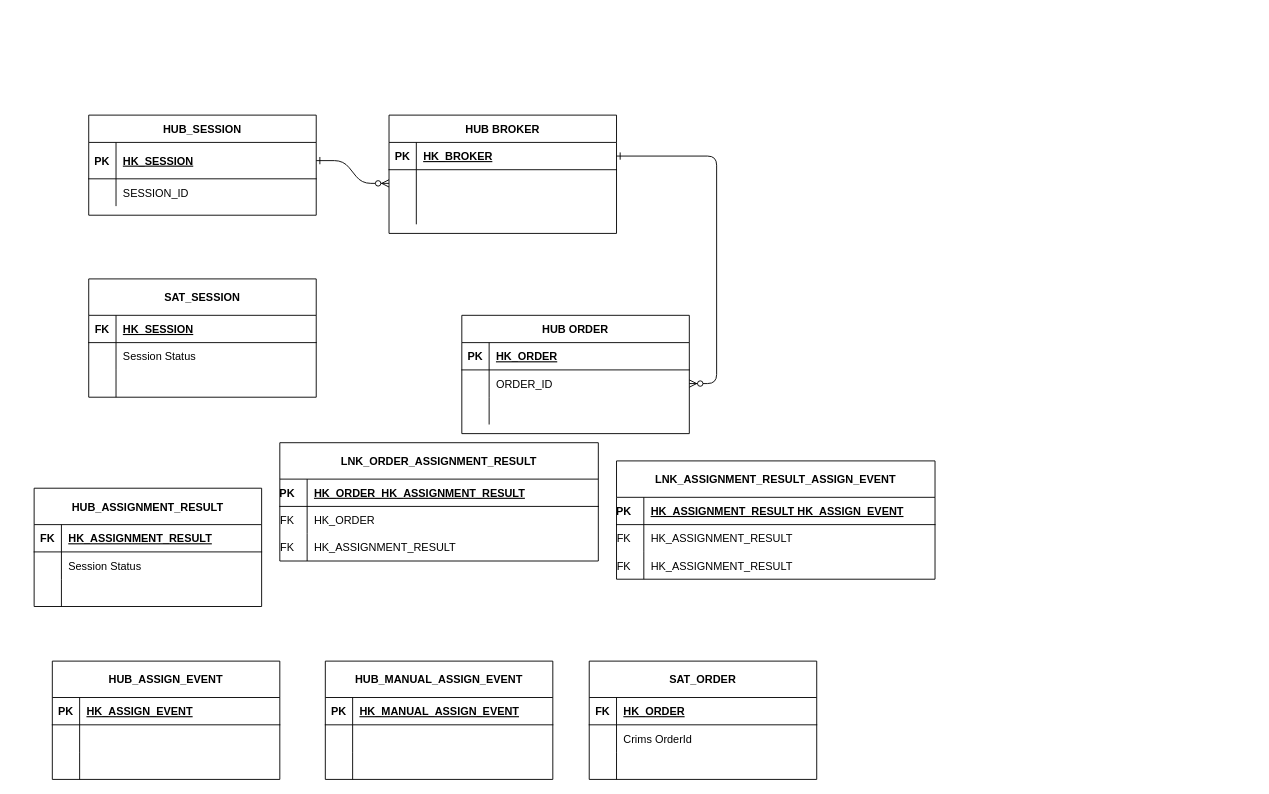
Before: docs/Untitled Diagram.drawio in cleancoder27/datavault, a draw.io diagram. Source tidied: cells renumbered, new cells numbered last; positions are measured from the earlier drawing's top-left corner, leaving out a move shared by most shapes. Both pictures are drawn from the tidied source at 91%, with x=0, y=0 at pixel (34, 115).
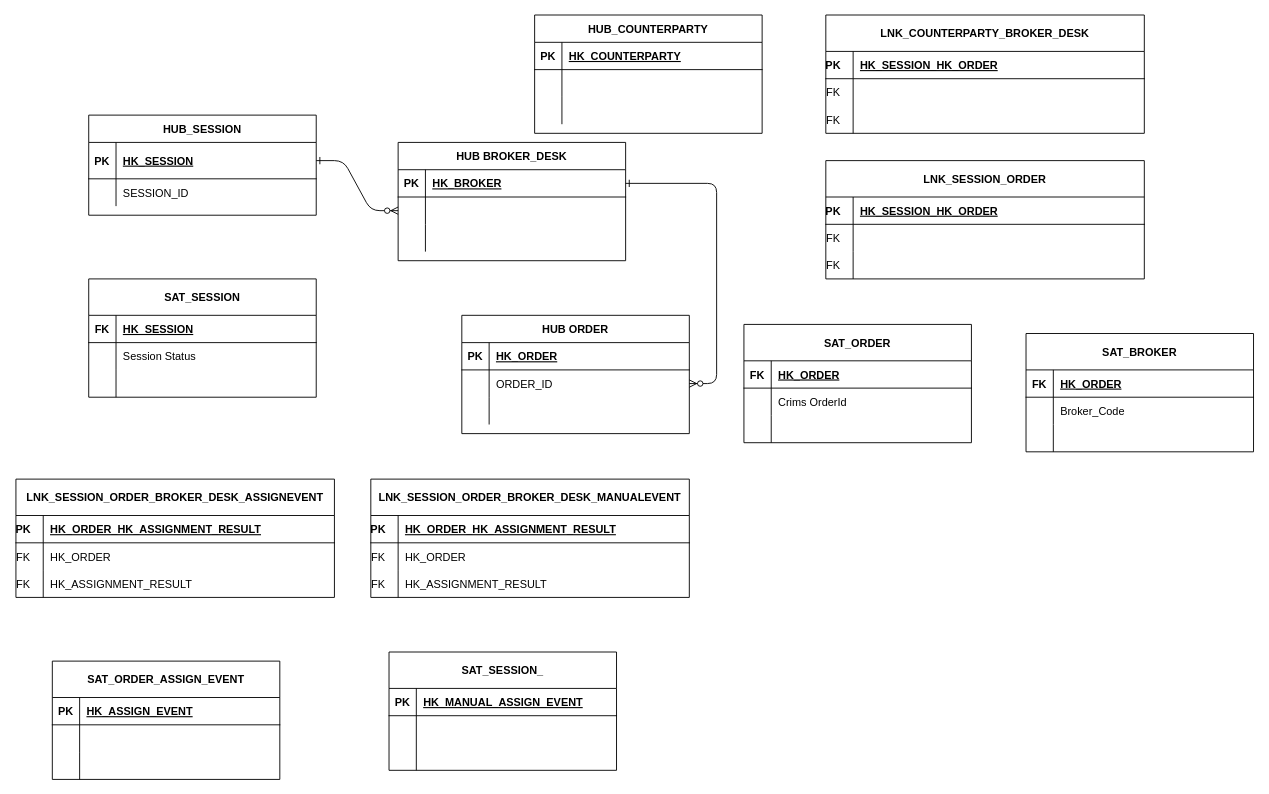
The same page after the edit.

Diff of the diagram source:
```diff
@@
-    <mxCell id="4" value="HUB BROKER" style="shape=table;startSize=30;childLayout=tableLayout;rowLines=0;fontStyle=1;align=center;" parent="1" vertex="1">
-      <mxGeometry x="390" width="250" height="130" as="geometry" />
+    <mxCell id="4" value="HUB BROKER_DESK" style="shape=table;startSize=30;childLayout=tableLayout;rowLines=0;fontStyle=1;align=center;" parent="1" vertex="1">
+      <mxGeometry x="400" y="30" width="250" height="130" as="geometry" />
     </mxCell>
@@
     <mxCell id="41" value="SAT_ORDER" style="shape=table;startSize=40;childLayout=tableLayout;rowLines=0;fontStyle=1;align=center;" parent="1" vertex="1">
-      <mxGeometry x="610" y="600" width="250" height="130" as="geometry" />
+      <mxGeometry x="780" y="230" width="250" height="130" as="geometry" />
     </mxCell>
@@
-    <mxCell id="51" value="HUB_ASSIGNMENT_RESULT" style="shape=table;startSize=40;childLayout=tableLayout;rowLines=0;fontStyle=1;align=center;" parent="1" vertex="1">
-      <mxGeometry y="410" width="250" height="130" as="geometry" />
-    </mxCell>
-    <mxCell id="52" style="shape=partialRectangle;fillColor=none;top=0;left=0;right=0;bottom=1;" parent="51" vertex="1">
-      <mxGeometry y="40" width="250" height="30" as="geometry" />
-    </mxCell>
-    <mxCell id="53" value="FK" style="shape=partialRectangle;overflow=hidden;fillColor=none;top=0;left=0;bottom=0;right=0;fontStyle=1;" parent="52" vertex="1">
-      <mxGeometry width="30" height="30" as="geometry" />
-    </mxCell>
-    <mxCell id="54" value="HK_ASSIGNMENT_RESULT" style="shape=partialRectangle;overflow=hidden;fillColor=none;top=0;left=0;bottom=0;right=0;align=left;spacingLeft=6;fontStyle=5;" parent="52" vertex="1">
-      <mxGeometry x="30" width="220" height="30" as="geometry" />
-    </mxCell>
-    <mxCell id="55" style="shape=partialRectangle;fillColor=none;top=0;left=0;right=0;bottom=0;" parent="51" vertex="1">
-      <mxGeometry y="70" width="250" height="30" as="geometry" />
-    </mxCell>
-    <mxCell id="56" style="shape=partialRectangle;overflow=hidden;fillColor=none;top=0;left=0;bottom=0;right=0;" parent="55" vertex="1">
-      <mxGeometry width="30" height="30" as="geometry" />
-    </mxCell>
-    <mxCell id="57" value="Session Status" style="shape=partialRectangle;overflow=hidden;fillColor=none;top=0;left=0;bottom=0;right=0;align=left;spacingLeft=6;" parent="55" vertex="1">
-      <mxGeometry x="30" width="220" height="30" as="geometry" />
-    </mxCell>
-    <mxCell id="58" style="shape=partialRectangle;fillColor=none;top=0;left=0;right=0;bottom=0;" parent="51" vertex="1">
-      <mxGeometry y="100" width="250" height="30" as="geometry" />
-    </mxCell>
-    <mxCell id="59" style="shape=partialRectangle;overflow=hidden;fillColor=none;top=0;left=0;bottom=0;right=0;" parent="58" vertex="1">
-      <mxGeometry width="30" height="30" as="geometry" />
-    </mxCell>
-    <mxCell id="60" style="shape=partialRectangle;overflow=hidden;fillColor=none;top=0;left=0;bottom=0;right=0;align=left;spacingLeft=6;" parent="58" vertex="1">
-      <mxGeometry x="30" width="220" height="30" as="geometry" />
-    </mxCell>
-    <mxCell id="61" value="HUB_ASSIGN_EVENT" style="shape=table;startSize=40;childLayout=tableLayout;rowLines=0;fontStyle=1;align=center;" parent="1" vertex="1">
+    <mxCell id="61" value="SAT_ORDER_ASSIGN_EVENT" style="shape=table;startSize=40;childLayout=tableLayout;rowLines=0;fontStyle=1;align=center;" parent="1" vertex="1">
       <mxGeometry x="20" y="600" width="250" height="130" as="geometry" />
     </mxCell>
@@
-    <mxCell id="71" value="HUB_MANUAL_ASSIGN_EVENT" style="shape=table;startSize=40;childLayout=tableLayout;rowLines=0;fontStyle=1;align=center;" parent="1" vertex="1">
-      <mxGeometry x="320" y="600" width="250" height="130" as="geometry" />
+    <mxCell id="71" value="SAT_SESSION_" style="shape=table;startSize=40;childLayout=tableLayout;rowLines=0;fontStyle=1;align=center;" parent="1" vertex="1">
+      <mxGeometry x="390" y="590" width="250" height="130" as="geometry" />
     </mxCell>
@@
-    <mxCell id="81" value="LNK_ORDER_ASSIGNMENT_RESULT" style="shape=table;startSize=40;childLayout=tableLayout;rowLines=0;fontStyle=1;align=center;" parent="1" vertex="1">
-      <mxGeometry x="270" y="360" width="350" height="130" as="geometry" />
+    <mxCell id="81" value="LNK_SESSION_ORDER_BROKER_DESK_ASSIGNEVENT" style="shape=table;startSize=40;childLayout=tableLayout;rowLines=0;fontStyle=1;align=center;" parent="1" vertex="1">
+      <mxGeometry x="-20" y="400" width="350" height="130" as="geometry" />
     </mxCell>
@@
-    <mxCell id="91" value="LNK_ASSIGNMENT_RESULT_ASSIGN_EVENT" style="shape=table;startSize=40;childLayout=tableLayout;rowLines=0;fontStyle=1;align=center;" parent="1" vertex="1">
-      <mxGeometry x="640" y="380" width="350" height="130" as="geometry" />
-    </mxCell>
-    <mxCell id="92" style="shape=partialRectangle;fillColor=none;top=0;left=0;right=0;bottom=1;" parent="91" vertex="1">
-      <mxGeometry y="40" width="350" height="30" as="geometry" />
-    </mxCell>
-    <mxCell id="93" value="PK    " style="shape=partialRectangle;overflow=hidden;fillColor=none;top=0;left=0;bottom=0;right=0;fontStyle=1;" parent="92" vertex="1">
-      <mxGeometry width="30" height="30" as="geometry" />
-    </mxCell>
-    <mxCell id="94" value="HK_ASSIGNMENT_RESULT HK_ASSIGN_EVENT" style="shape=partialRectangle;overflow=hidden;fillColor=none;top=0;left=0;bottom=0;right=0;align=left;spacingLeft=6;fontStyle=5;" parent="92" vertex="1">
-      <mxGeometry x="30" width="320" height="30" as="geometry" />
-    </mxCell>
-    <mxCell id="95" style="shape=partialRectangle;fillColor=none;top=0;left=0;right=0;bottom=0;" parent="91" vertex="1">
-      <mxGeometry y="70" width="350" height="30" as="geometry" />
-    </mxCell>
-    <mxCell id="96" value="FK    " style="shape=partialRectangle;overflow=hidden;fillColor=none;top=0;left=0;bottom=0;right=0;" parent="95" vertex="1">
-      <mxGeometry width="30" height="30" as="geometry" />
-    </mxCell>
-    <mxCell id="97" value="HK_ASSIGNMENT_RESULT" style="shape=partialRectangle;overflow=hidden;fillColor=none;top=0;left=0;bottom=0;right=0;align=left;spacingLeft=6;" parent="95" vertex="1">
-      <mxGeometry x="30" width="320" height="30" as="geometry" />
-    </mxCell>
-    <mxCell id="98" style="shape=partialRectangle;fillColor=none;top=0;left=0;right=0;bottom=0;" parent="91" vertex="1">
-      <mxGeometry y="100" width="350" height="30" as="geometry" />
-    </mxCell>
-    <mxCell id="99" value="FK    " style="shape=partialRectangle;overflow=hidden;fillColor=none;top=0;left=0;bottom=0;right=0;" parent="98" vertex="1">
-      <mxGeometry width="30" height="30" as="geometry" />
-    </mxCell>
-    <mxCell id="100" value="HK_ASSIGNMENT_RESULT" style="shape=partialRectangle;overflow=hidden;fillColor=none;top=0;left=0;bottom=0;right=0;align=left;spacingLeft=6;" parent="98" vertex="1">
-      <mxGeometry x="30" width="320" height="30" as="geometry" />
-    </mxCell>
+    <mxCell id="101" value="LNK_SESSION_ORDER_BROKER_DESK_MANUALEVENT" style="shape=table;startSize=40;childLayout=tableLayout;rowLines=0;fontStyle=1;align=center;" parent="1" vertex="1">
+      <mxGeometry x="370" y="400" width="350" height="130" as="geometry" />
+    </mxCell>
+    <mxCell id="102" style="shape=partialRectangle;fillColor=none;top=0;left=0;right=0;bottom=1;" parent="101" vertex="1">
+      <mxGeometry y="40" width="350" height="30" as="geometry" />
+    </mxCell>
+    <mxCell id="103" value="PK    " style="shape=partialRectangle;overflow=hidden;fillColor=none;top=0;left=0;bottom=0;right=0;fontStyle=1;" parent="102" vertex="1">
+      <mxGeometry width="30" height="30" as="geometry" />
+    </mxCell>
+    <mxCell id="104" value="HK_ORDER_HK_ASSIGNMENT_RESULT" style="shape=partialRectangle;overflow=hidden;fillColor=none;top=0;left=0;bottom=0;right=0;align=left;spacingLeft=6;fontStyle=5;" parent="102" vertex="1">
+      <mxGeometry x="30" width="320" height="30" as="geometry" />
+    </mxCell>
+    <mxCell id="105" style="shape=partialRectangle;fillColor=none;top=0;left=0;right=0;bottom=0;" parent="101" vertex="1">
+      <mxGeometry y="70" width="350" height="30" as="geometry" />
+    </mxCell>
+    <mxCell id="106" value="FK    " style="shape=partialRectangle;overflow=hidden;fillColor=none;top=0;left=0;bottom=0;right=0;" parent="105" vertex="1">
+      <mxGeometry width="30" height="30" as="geometry" />
+    </mxCell>
+    <mxCell id="107" value="HK_ORDER" style="shape=partialRectangle;overflow=hidden;fillColor=none;top=0;left=0;bottom=0;right=0;align=left;spacingLeft=6;" parent="105" vertex="1">
+      <mxGeometry x="30" width="320" height="30" as="geometry" />
+    </mxCell>
+    <mxCell id="108" style="shape=partialRectangle;fillColor=none;top=0;left=0;right=0;bottom=0;" parent="101" vertex="1">
+      <mxGeometry y="100" width="350" height="30" as="geometry" />
+    </mxCell>
+    <mxCell id="109" value="FK    " style="shape=partialRectangle;overflow=hidden;fillColor=none;top=0;left=0;bottom=0;right=0;" parent="108" vertex="1">
+      <mxGeometry width="30" height="30" as="geometry" />
+    </mxCell>
+    <mxCell id="110" value="HK_ASSIGNMENT_RESULT" style="shape=partialRectangle;overflow=hidden;fillColor=none;top=0;left=0;bottom=0;right=0;align=left;spacingLeft=6;" parent="108" vertex="1">
+      <mxGeometry x="30" width="320" height="30" as="geometry" />
+    </mxCell>
+    <mxCell id="111" value="LNK_SESSION_ORDER" style="shape=table;startSize=40;childLayout=tableLayout;rowLines=0;fontStyle=1;align=center;" parent="1" vertex="1">
+      <mxGeometry x="870" y="50" width="350" height="130" as="geometry" />
+    </mxCell>
+    <mxCell id="112" style="shape=partialRectangle;fillColor=none;top=0;left=0;right=0;bottom=1;" parent="111" vertex="1">
+      <mxGeometry y="40" width="350" height="30" as="geometry" />
+    </mxCell>
+    <mxCell id="113" value="PK    " style="shape=partialRectangle;overflow=hidden;fillColor=none;top=0;left=0;bottom=0;right=0;fontStyle=1;" parent="112" vertex="1">
+      <mxGeometry width="30" height="30" as="geometry" />
+    </mxCell>
+    <mxCell id="114" value="HK_SESSION_HK_ORDER" style="shape=partialRectangle;overflow=hidden;fillColor=none;top=0;left=0;bottom=0;right=0;align=left;spacingLeft=6;fontStyle=5;" parent="112" vertex="1">
+      <mxGeometry x="30" width="320" height="30" as="geometry" />
+    </mxCell>
+    <mxCell id="115" style="shape=partialRectangle;fillColor=none;top=0;left=0;right=0;bottom=0;" parent="111" vertex="1">
+      <mxGeometry y="70" width="350" height="30" as="geometry" />
+    </mxCell>
+    <mxCell id="116" value="FK    " style="shape=partialRectangle;overflow=hidden;fillColor=none;top=0;left=0;bottom=0;right=0;" parent="115" vertex="1">
+      <mxGeometry width="30" height="30" as="geometry" />
+    </mxCell>
+    <mxCell id="117" style="shape=partialRectangle;overflow=hidden;fillColor=none;top=0;left=0;bottom=0;right=0;align=left;spacingLeft=6;" parent="115" vertex="1">
+      <mxGeometry x="30" width="320" height="30" as="geometry" />
+    </mxCell>
+    <mxCell id="118" style="shape=partialRectangle;fillColor=none;top=0;left=0;right=0;bottom=0;" parent="111" vertex="1">
+      <mxGeometry y="100" width="350" height="30" as="geometry" />
+    </mxCell>
+    <mxCell id="119" value="FK    " style="shape=partialRectangle;overflow=hidden;fillColor=none;top=0;left=0;bottom=0;right=0;" parent="118" vertex="1">
+      <mxGeometry width="30" height="30" as="geometry" />
+    </mxCell>
+    <mxCell id="120" style="shape=partialRectangle;overflow=hidden;fillColor=none;top=0;left=0;bottom=0;right=0;align=left;spacingLeft=6;" parent="118" vertex="1">
+      <mxGeometry x="30" width="320" height="30" as="geometry" />
+    </mxCell>
+    <mxCell id="121" value="HUB_COUNTERPARTY" style="shape=table;startSize=30;childLayout=tableLayout;rowLines=0;fontStyle=1;align=center;" parent="1" vertex="1">
+      <mxGeometry x="550" y="-110" width="250" height="130" as="geometry" />
+    </mxCell>
+    <mxCell id="122" style="shape=partialRectangle;fillColor=none;top=0;left=0;right=0;bottom=1;" parent="121" vertex="1">
+      <mxGeometry y="30" width="250" height="30" as="geometry" />
+    </mxCell>
+    <mxCell id="123" value="PK" style="shape=partialRectangle;overflow=hidden;fillColor=none;top=0;left=0;bottom=0;right=0;fontStyle=1;" parent="122" vertex="1">
+      <mxGeometry width="30" height="30" as="geometry" />
+    </mxCell>
+    <mxCell id="124" value="HK_COUNTERPARTY" style="shape=partialRectangle;overflow=hidden;fillColor=none;top=0;left=0;bottom=0;right=0;align=left;spacingLeft=6;fontStyle=5;" parent="122" vertex="1">
+      <mxGeometry x="30" width="220" height="30" as="geometry" />
+    </mxCell>
+    <mxCell id="125" style="shape=partialRectangle;fillColor=none;top=0;left=0;right=0;bottom=0;" parent="121" vertex="1">
+      <mxGeometry y="60" width="250" height="30" as="geometry" />
+    </mxCell>
+    <mxCell id="126" style="shape=partialRectangle;overflow=hidden;fillColor=none;top=0;left=0;bottom=0;right=0;" parent="125" vertex="1">
+      <mxGeometry width="30" height="30" as="geometry" />
+    </mxCell>
+    <mxCell id="127" style="shape=partialRectangle;overflow=hidden;fillColor=none;top=0;left=0;bottom=0;right=0;align=left;spacingLeft=6;" parent="125" vertex="1">
+      <mxGeometry x="30" width="220" height="30" as="geometry" />
+    </mxCell>
+    <mxCell id="128" style="shape=partialRectangle;fillColor=none;top=0;left=0;right=0;bottom=0;" parent="121" vertex="1">
+      <mxGeometry y="90" width="250" height="30" as="geometry" />
+    </mxCell>
+    <mxCell id="129" style="shape=partialRectangle;overflow=hidden;fillColor=none;top=0;left=0;bottom=0;right=0;" parent="128" vertex="1">
+      <mxGeometry width="30" height="30" as="geometry" />
+    </mxCell>
+    <mxCell id="130" style="shape=partialRectangle;overflow=hidden;fillColor=none;top=0;left=0;bottom=0;right=0;align=left;spacingLeft=6;" parent="128" vertex="1">
+      <mxGeometry x="30" width="220" height="30" as="geometry" />
+    </mxCell>
+    <mxCell id="131" value="LNK_COUNTERPARTY_BROKER_DESK" style="shape=table;startSize=40;childLayout=tableLayout;rowLines=0;fontStyle=1;align=center;" parent="1" vertex="1">
+      <mxGeometry x="870" y="-110" width="350" height="130" as="geometry" />
+    </mxCell>
+    <mxCell id="132" style="shape=partialRectangle;fillColor=none;top=0;left=0;right=0;bottom=1;" parent="131" vertex="1">
+      <mxGeometry y="40" width="350" height="30" as="geometry" />
+    </mxCell>
+    <mxCell id="133" value="PK    " style="shape=partialRectangle;overflow=hidden;fillColor=none;top=0;left=0;bottom=0;right=0;fontStyle=1;" parent="132" vertex="1">
+      <mxGeometry width="30" height="30" as="geometry" />
+    </mxCell>
+    <mxCell id="134" value="HK_SESSION_HK_ORDER" style="shape=partialRectangle;overflow=hidden;fillColor=none;top=0;left=0;bottom=0;right=0;align=left;spacingLeft=6;fontStyle=5;" parent="132" vertex="1">
+      <mxGeometry x="30" width="320" height="30" as="geometry" />
+    </mxCell>
+    <mxCell id="135" style="shape=partialRectangle;fillColor=none;top=0;left=0;right=0;bottom=0;" parent="131" vertex="1">
+      <mxGeometry y="70" width="350" height="30" as="geometry" />
+    </mxCell>
+    <mxCell id="136" value="FK    " style="shape=partialRectangle;overflow=hidden;fillColor=none;top=0;left=0;bottom=0;right=0;" parent="135" vertex="1">
+      <mxGeometry width="30" height="30" as="geometry" />
+    </mxCell>
+    <mxCell id="137" style="shape=partialRectangle;overflow=hidden;fillColor=none;top=0;left=0;bottom=0;right=0;align=left;spacingLeft=6;" parent="135" vertex="1">
+      <mxGeometry x="30" width="320" height="30" as="geometry" />
+    </mxCell>
+    <mxCell id="138" style="shape=partialRectangle;fillColor=none;top=0;left=0;right=0;bottom=0;" parent="131" vertex="1">
+      <mxGeometry y="100" width="350" height="30" as="geometry" />
+    </mxCell>
+    <mxCell id="139" value="FK    " style="shape=partialRectangle;overflow=hidden;fillColor=none;top=0;left=0;bottom=0;right=0;" parent="138" vertex="1">
+      <mxGeometry width="30" height="30" as="geometry" />
+    </mxCell>
+    <mxCell id="140" style="shape=partialRectangle;overflow=hidden;fillColor=none;top=0;left=0;bottom=0;right=0;align=left;spacingLeft=6;" parent="138" vertex="1">
+      <mxGeometry x="30" width="320" height="30" as="geometry" />
+    </mxCell>
+    <mxCell id="141" value="SAT_BROKER" style="shape=table;startSize=40;childLayout=tableLayout;rowLines=0;fontStyle=1;align=center;" parent="1" vertex="1">
+      <mxGeometry x="1090" y="240" width="250" height="130" as="geometry" />
+    </mxCell>
+    <mxCell id="52" style="shape=partialRectangle;fillColor=none;top=0;left=0;right=0;bottom=1;" parent="141" vertex="1">
+      <mxGeometry y="40" width="250" height="30" as="geometry" />
+    </mxCell>
+    <mxCell id="53" value="FK" style="shape=partialRectangle;overflow=hidden;fillColor=none;top=0;left=0;bottom=0;right=0;fontStyle=1;" parent="52" vertex="1">
+      <mxGeometry width="30" height="30" as="geometry" />
+    </mxCell>
+    <mxCell id="142" value="HK_ORDER" style="shape=partialRectangle;overflow=hidden;fillColor=none;top=0;left=0;bottom=0;right=0;align=left;spacingLeft=6;fontStyle=5;" parent="52" vertex="1">
+      <mxGeometry x="30" width="220" height="30" as="geometry" />
+    </mxCell>
+    <mxCell id="55" style="shape=partialRectangle;fillColor=none;top=0;left=0;right=0;bottom=0;" parent="141" vertex="1">
+      <mxGeometry y="70" width="250" height="30" as="geometry" />
+    </mxCell>
+    <mxCell id="143" style="shape=partialRectangle;overflow=hidden;fillColor=none;top=0;left=0;bottom=0;right=0;" parent="55" vertex="1">
+      <mxGeometry width="30" height="30" as="geometry" />
+    </mxCell>
+    <mxCell id="144" value="Broker_Code" style="shape=partialRectangle;overflow=hidden;fillColor=none;top=0;left=0;bottom=0;right=0;align=left;spacingLeft=6;" parent="55" vertex="1">
+      <mxGeometry x="30" width="220" height="30" as="geometry" />
+    </mxCell>
+    <mxCell id="58" style="shape=partialRectangle;fillColor=none;top=0;left=0;right=0;bottom=0;" parent="141" vertex="1">
+      <mxGeometry y="100" width="250" height="30" as="geometry" />
+    </mxCell>
+    <mxCell id="145" style="shape=partialRectangle;overflow=hidden;fillColor=none;top=0;left=0;bottom=0;right=0;" parent="58" vertex="1">
+      <mxGeometry width="30" height="30" as="geometry" />
+    </mxCell>
+    <mxCell id="146" style="shape=partialRectangle;overflow=hidden;fillColor=none;top=0;left=0;bottom=0;right=0;align=left;spacingLeft=6;" parent="58" vertex="1">
+      <mxGeometry x="30" width="220" height="30" as="geometry" />
+    </mxCell>
```
